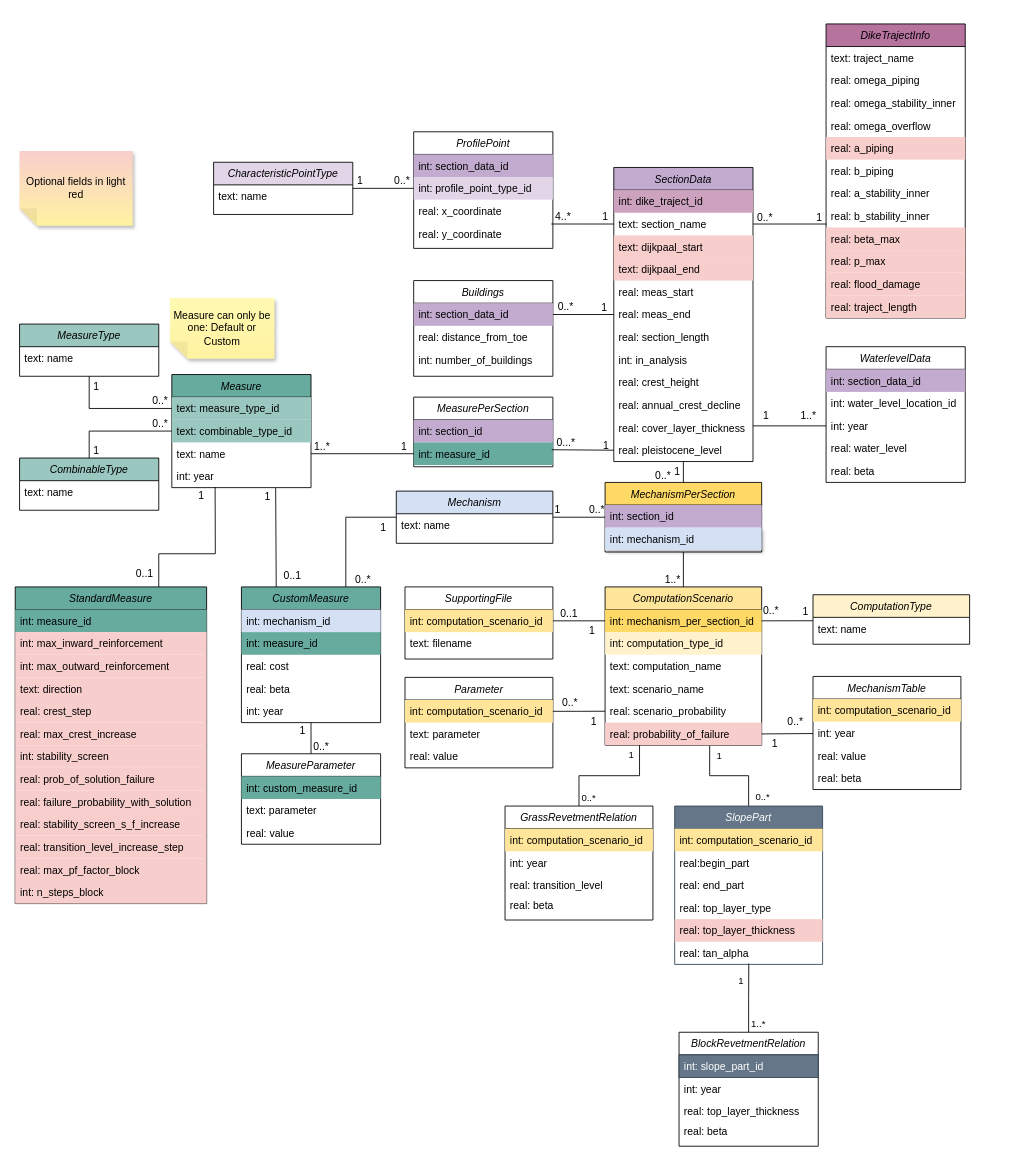
This is docs/db_diagram/vrtool_sql_input.drawio from Deltares/Veiligheidsrendement, a draw.io file, before an edit. Source tidied: cells renumbered, new cells numbered last; positions are measured from the earlier drawing's top-left corner, leaving out a move shared by most shapes. Both pictures are drawn from the tidied source at 87%, with x=0, y=0 at pixel (15, 23).
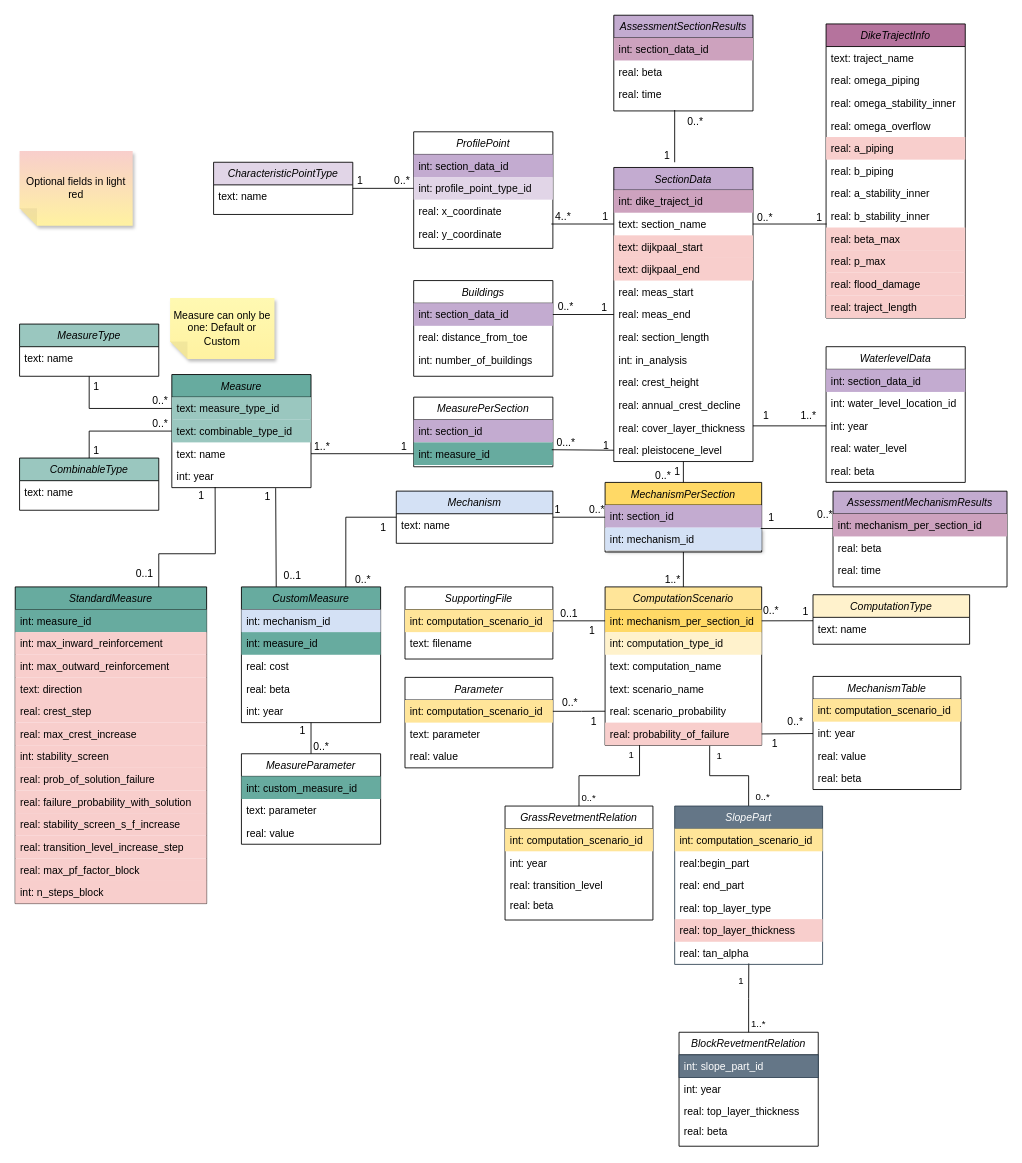
The same page after the edit.

Commit message (it also covers changes not shown here):
modify design database

Unchanged cells that the change refers to:
```xml
<mxCell id="35" value="int: section_id" style="text;align=left;verticalAlign=top;spacingLeft=4;spacingRight=4;overflow=hidden;points=[[0,0.5],[1,0.5]];portConstraint=eastwest;fillColor=#C3ABD0;" parent="34" vertex="1">
  <mxGeometry y="26" width="180" height="26" as="geometry" />
</mxCell>
```

What changed in the source:
```diff
@@
+    <mxCell id="195" value="AssessmentSectionResults" style="swimlane;fontStyle=2;align=center;verticalAlign=top;horizontal=1;startSize=26;rounded=0;shadow=0;strokeWidth=1;fillColor=#C3ABD0;" parent="1" vertex="1">
+      <mxGeometry x="688" y="-10" width="160" height="110" as="geometry" />
+    </mxCell>
+    <mxCell id="196" value="int: section_data_id" style="text;align=left;verticalAlign=top;spacingLeft=4;spacingRight=4;overflow=hidden;fillColor=#CDA2BE;" parent="195" vertex="1">
+      <mxGeometry y="26" width="160" height="26" as="geometry" />
+    </mxCell>
+    <mxCell id="197" value="real: beta" style="text;align=left;verticalAlign=top;spacingLeft=4;spacingRight=4;overflow=hidden;rounded=0;shadow=0;html=0;" parent="195" vertex="1">
+      <mxGeometry y="52" width="160" height="26" as="geometry" />
+    </mxCell>
+    <mxCell id="198" value="real: time" style="text;align=left;verticalAlign=top;spacingLeft=4;spacingRight=4;overflow=hidden;rounded=0;shadow=0;html=0;" parent="195" vertex="1">
+      <mxGeometry y="78" width="160" height="26" as="geometry" />
+    </mxCell>
+    <mxCell id="199" style="endArrow=none;html=1;rounded=0;exitX=1;exitY=0.5;exitDx=0;exitDy=0;" parent="1" edge="1">
+      <mxGeometry relative="1" as="geometry">
+        <mxPoint x="758" y="99" as="sourcePoint" />
+        <mxPoint x="758" y="159" as="targetPoint" />
+      </mxGeometry>
+    </mxCell>
+    <mxCell id="200" value="1" style="html=1;whiteSpace=wrap;align=right;verticalAlign=bottom;" parent="199" vertex="1">
+      <mxGeometry x="1" relative="1" as="geometry">
+        <mxPoint x="-4" y="1" as="offset" />
+      </mxGeometry>
+    </mxCell>
+    <mxCell id="201" value="AssessmentMechanismResults" style="swimlane;fontStyle=2;align=center;verticalAlign=top;horizontal=1;startSize=26;rounded=0;shadow=0;strokeWidth=1;fillColor=#C3ABD0;" parent="1" vertex="1">
+      <mxGeometry x="940" y="537.1" width="200" height="110" as="geometry" />
+    </mxCell>
+    <mxCell id="202" value="int: mechanism_per_section_id" style="text;align=left;verticalAlign=top;spacingLeft=4;spacingRight=4;overflow=hidden;fillColor=#CDA2BE;" parent="201" vertex="1">
+      <mxGeometry y="26" width="200" height="26" as="geometry" />
+    </mxCell>
+    <mxCell id="203" value="real: beta" style="text;align=left;verticalAlign=top;spacingLeft=4;spacingRight=4;overflow=hidden;rounded=0;shadow=0;html=0;" parent="201" vertex="1">
+      <mxGeometry y="52" width="200" height="26" as="geometry" />
+    </mxCell>
+    <mxCell id="204" value="real: time" style="text;align=left;verticalAlign=top;spacingLeft=4;spacingRight=4;overflow=hidden;rounded=0;shadow=0;html=0;" parent="201" vertex="1">
+      <mxGeometry y="78" width="200" height="26" as="geometry" />
+    </mxCell>
+    <mxCell id="205" style="jettySize=auto;html=1;rounded=0;strokeColor=default;endArrow=none;endFill=0;exitX=0.994;exitY=1.038;exitDx=0;exitDy=0;exitPerimeter=0;" parent="1" edge="1" source="35">
+      <mxGeometry relative="1" as="geometry">
+        <mxPoint x="940" y="580" as="targetPoint" />
+      </mxGeometry>
+    </mxCell>
+    <mxCell id="206" value="1" style="html=1;whiteSpace=wrap;align=left;verticalAlign=bottom;" parent="1" vertex="1">
+      <mxGeometry x="862" y="476" as="geometry">
+        <mxPoint x="2" y="100" as="offset" />
+      </mxGeometry>
+    </mxCell>
+    <mxCell id="207" value="0..*" style="html=1;whiteSpace=wrap;align=left;verticalAlign=bottom;" parent="1" vertex="1">
+      <mxGeometry x="771" y="121" as="geometry" />
+    </mxCell>
+    <mxCell id="208" value="0..*" style="html=1;whiteSpace=wrap;align=left;verticalAlign=bottom;" parent="1" vertex="1">
+      <mxGeometry x="774" y="125" as="geometry">
+        <mxPoint x="146" y="447" as="offset" />
+      </mxGeometry>
+    </mxCell>
```
